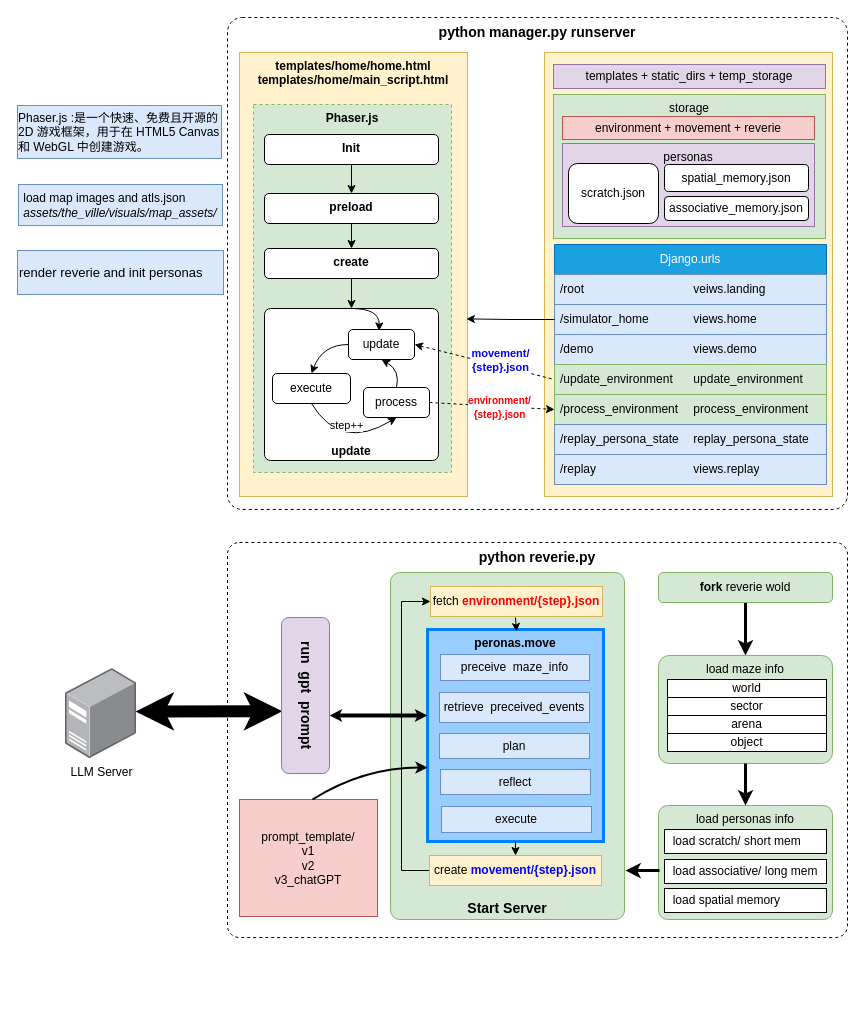
The draw.io diagram page "workflow" (2 of 2) of generative_agents.drawio in fengchutadie/diagram, before the edit. Source tidied: cells renumbered, new cells numbered last; positions are measured from the earlier drawing's top-left corner, leaving out a move shared by most shapes. Both pictures are drawn from the tidied source at 100%, with x=0, y=0 at pixel (17, 17).
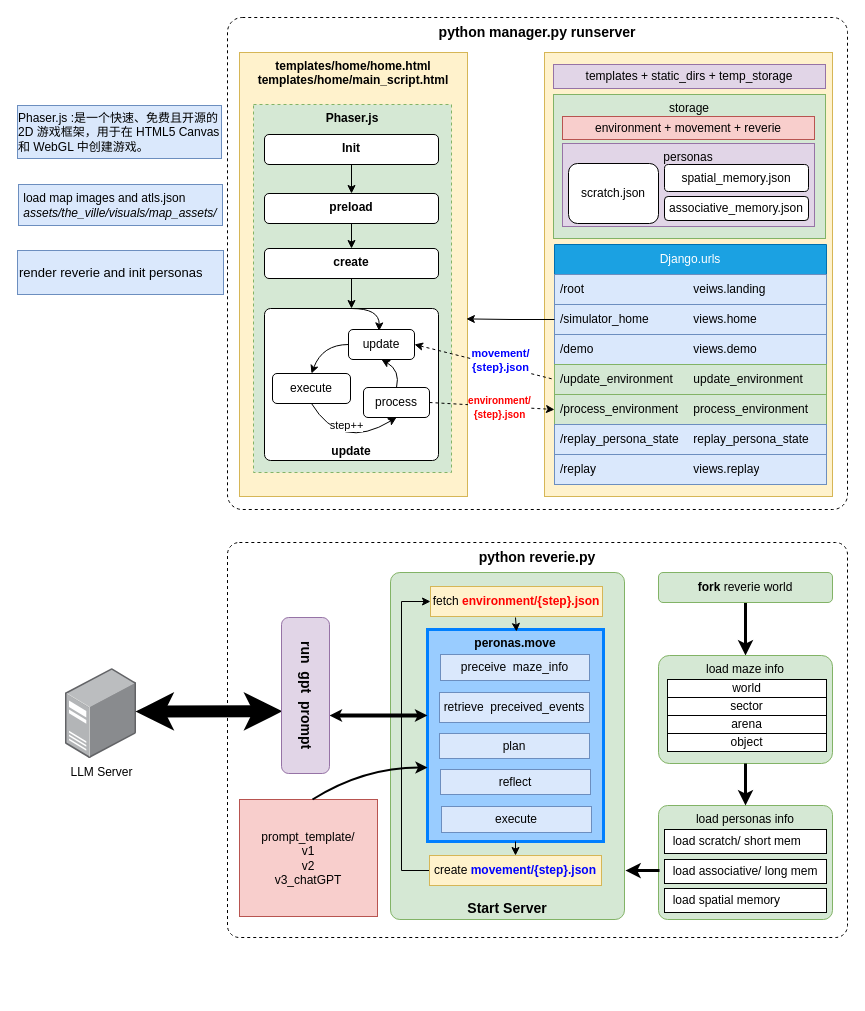
The same page after the edit.

What changed in the source:
```diff
@@
-    <mxCell id="47" value="&lt;b&gt;fork&lt;/b&gt; reverie wold" style="rounded=1;whiteSpace=wrap;html=1;fillColor=#d5e8d4;strokeColor=#82b366;" parent="1" vertex="1">
+    <mxCell id="47" value="&lt;b&gt;fork&lt;/b&gt; reverie world" style="rounded=1;whiteSpace=wrap;html=1;fillColor=#d5e8d4;strokeColor=#82b366;" parent="1" vertex="1">
       <mxGeometry x="641" y="555" width="174" height="30" as="geometry" />
     </mxCell>
```
